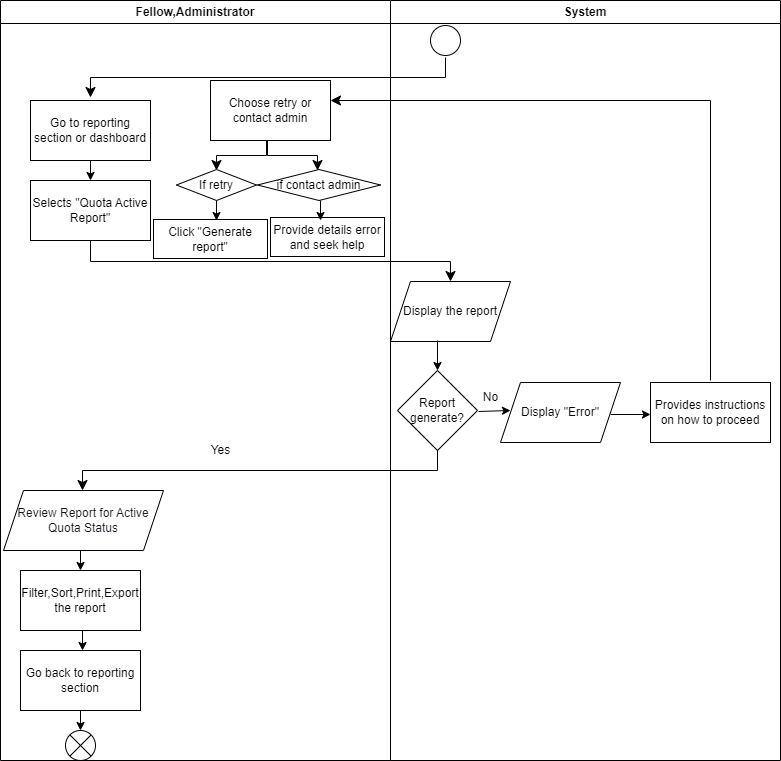
Earlier version of the draw.io export project/drawio/stakeholder/activity diagram/uc10.png (drshahizan/software-engineering). Source tidied: cells renumbered, new cells last; positions are measured from the earlier drawing's top-left corner, leaving out a move shared by most shapes.
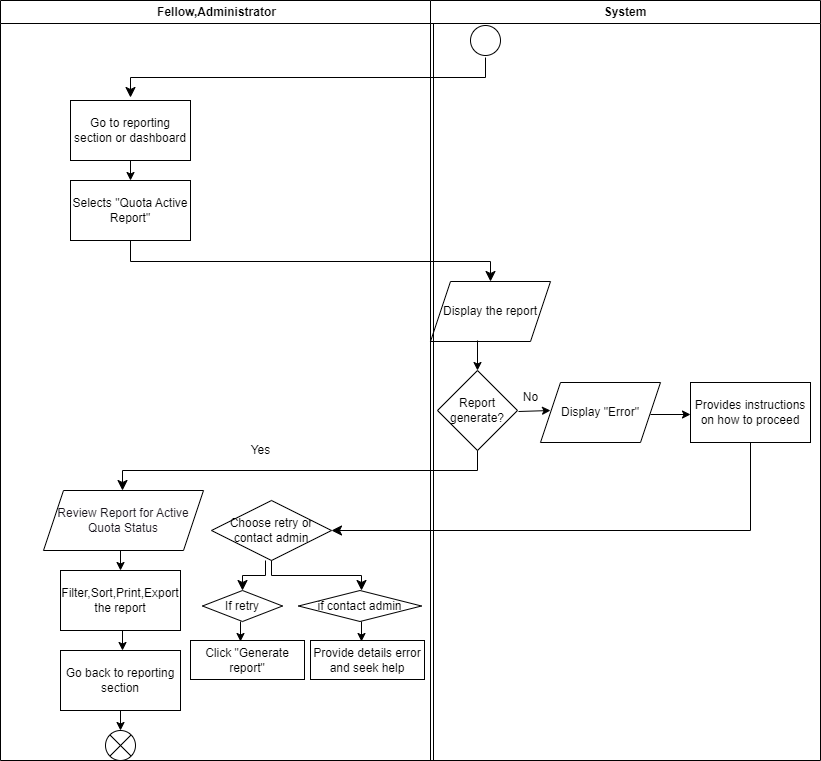
The same diagram one commit later.

The edit, as a diff of the source:
```diff
@@ -100,59 +100,56 @@
     <mxCell id="24" value="Provides instructions on how to proceed" style="rounded=0;whiteSpace=wrap;html=1;" parent="1" vertex="1">
       <mxGeometry x="650" y="382" width="120" height="60" as="geometry" />
     </mxCell>
-    <mxCell id="25" style="edgeStyle=elbowEdgeStyle;elbow=vertical;endArrow=classic;html=1;curved=0;rounded=0;endSize=8;startSize=8;" parent="1" edge="1">
-      <mxGeometry relative="1" as="geometry">
-        <mxPoint x="710" y="380" as="sourcePoint" />
-        <mxPoint x="330" y="100" as="targetPoint" />
-        <Array as="points">
-          <mxPoint x="520" y="100" />
-        </Array>
-      </mxGeometry>
-    </mxCell>
+    <mxCell id="35" value="Fellow,Administrator" style="swimlane;whiteSpace=wrap;html=1;" parent="1" vertex="1">
+      <mxGeometry x="-40" width="433" height="760" as="geometry" />
+    </mxCell>
-    <mxCell id="26" value="Choose retry or contact admin" style="rounded=0;whiteSpace=wrap;html=1;" parent="1" vertex="1">
-      <mxGeometry x="210" y="80" width="120" height="60" as="geometry" />
+    <mxCell id="26" value="Choose retry or contact admin" style="rhombus;whiteSpace=wrap;html=1;fontFamily=Helvetica;fontSize=12;fontColor=default;align=center;strokeColor=default;fillColor=default;" parent="35" vertex="1">
+      <mxGeometry x="211" y="500" width="120" height="60" as="geometry" />
     </mxCell>
-    <mxCell id="27" style="edgeStyle=elbowEdgeStyle;elbow=vertical;endArrow=classic;html=1;curved=0;rounded=0;endSize=8;startSize=8;" parent="1" edge="1">
+    <mxCell id="27" style="edgeStyle=elbowEdgeStyle;elbow=vertical;endArrow=classic;html=1;curved=0;rounded=0;endSize=8;startSize=8;entryX=0.375;entryY=0;entryDx=0;entryDy=0;entryPerimeter=0;" parent="35" edge="1">
       <mxGeometry relative="1" as="geometry">
-        <mxPoint x="266" y="140" as="sourcePoint" />
-        <mxPoint x="216" y="170" as="targetPoint" />
+        <mxPoint x="265" y="560" as="sourcePoint" />
+        <mxPoint x="242" y="590" as="targetPoint" />
       </mxGeometry>
     </mxCell>
-    <mxCell id="28" style="edgeStyle=elbowEdgeStyle;elbow=vertical;endArrow=classic;html=1;curved=0;rounded=0;endSize=8;startSize=8;" parent="1" edge="1">
+    <mxCell id="28" style="edgeStyle=elbowEdgeStyle;elbow=vertical;endArrow=classic;html=1;curved=0;rounded=0;endSize=8;startSize=8;exitX=0.5;exitY=1;exitDx=0;exitDy=0;" parent="35" edge="1" source="26">
       <mxGeometry relative="1" as="geometry">
-        <mxPoint x="267" y="140" as="sourcePoint" />
-        <mxPoint x="317" y="170" as="targetPoint" />
+        <mxPoint x="361" y="590" as="targetPoint" />
       </mxGeometry>
     </mxCell>
-    <mxCell id="29" value="If retry" style="rhombus;whiteSpace=wrap;html=1;" parent="1" vertex="1">
-      <mxGeometry x="176" y="169" width="80" height="31" as="geometry" />
+    <mxCell id="29" value="If retry" style="rhombus;whiteSpace=wrap;html=1;" parent="35" vertex="1">
+      <mxGeometry x="202" y="590" width="80" height="31" as="geometry" />
     </mxCell>
+    <mxCell id="32" value="Click &quot;Generate report&quot;" style="rounded=0;whiteSpace=wrap;html=1;" parent="35" vertex="1">
+      <mxGeometry x="190" y="640" width="114" height="39" as="geometry" />
+    </mxCell>
+    <mxCell id="31" style="endArrow=classic;html=1;" parent="35" edge="1">
+      <mxGeometry relative="1" as="geometry">
+        <mxPoint x="240" y="621" as="sourcePoint" />
+        <mxPoint x="240" y="641" as="targetPoint" />
+      </mxGeometry>
+    </mxCell>
-    <mxCell id="30" value="if contact admin" style="rhombus;whiteSpace=wrap;html=1;" parent="1" vertex="1">
-      <mxGeometry x="257" y="169" width="123" height="31" as="geometry" />
+    <mxCell id="30" value="if contact admin" style="rhombus;whiteSpace=wrap;html=1;" parent="35" vertex="1">
+      <mxGeometry x="298" y="590" width="123" height="31" as="geometry" />
     </mxCell>
-    <mxCell id="31" style="endArrow=classic;html=1;" parent="1" edge="1">
-      <mxGeometry relative="1" as="geometry">
-        <mxPoint x="216" y="200" as="sourcePoint" />
-        <mxPoint x="216" y="220" as="targetPoint" />
-      </mxGeometry>
-    </mxCell>
-    <mxCell id="32" value="Click &quot;Generate report&quot;" style="rounded=0;whiteSpace=wrap;html=1;" parent="1" vertex="1">
-      <mxGeometry x="153" y="219" width="114" height="39" as="geometry" />
-    </mxCell>
-    <mxCell id="33" value="Provide details error and seek help" style="rounded=0;whiteSpace=wrap;html=1;" parent="1" vertex="1">
-      <mxGeometry x="270" y="217" width="114" height="39" as="geometry" />
+    <mxCell id="33" value="Provide details error and seek help" style="rounded=0;whiteSpace=wrap;html=1;" parent="35" vertex="1">
+      <mxGeometry x="310" y="640" width="114" height="39" as="geometry" />
     </mxCell>
-    <mxCell id="34" style="endArrow=classic;html=1;" parent="1" edge="1">
+    <mxCell id="34" style="endArrow=classic;html=1;" parent="35" edge="1">
       <mxGeometry relative="1" as="geometry">
-        <mxPoint x="320" y="200" as="sourcePoint" />
-        <mxPoint x="320" y="220" as="targetPoint" />
+        <mxPoint x="361" y="621" as="sourcePoint" />
+        <mxPoint x="361" y="641" as="targetPoint" />
       </mxGeometry>
     </mxCell>
-    <mxCell id="35" value="Fellow,Administrator" style="swimlane;whiteSpace=wrap;html=1;" parent="1" vertex="1">
-      <mxGeometry width="390" height="760" as="geometry" />
-    </mxCell>
     <mxCell id="36" value="System" style="swimlane;whiteSpace=wrap;html=1;" parent="1" vertex="1">
       <mxGeometry x="390" width="390" height="760" as="geometry" />
     </mxCell>
+    <mxCell id="25" style="edgeStyle=elbowEdgeStyle;elbow=vertical;endArrow=classic;html=1;curved=0;rounded=0;endSize=8;startSize=8;entryX=1;entryY=0.5;entryDx=0;entryDy=0;" parent="1" edge="1" source="24" target="26">
+      <mxGeometry relative="1" as="geometry">
+        <Array as="points">
+          <mxPoint x="520" y="530" />
+        </Array>
+      </mxGeometry>
+    </mxCell>
   </root>
 </mxGraphModel>
```
